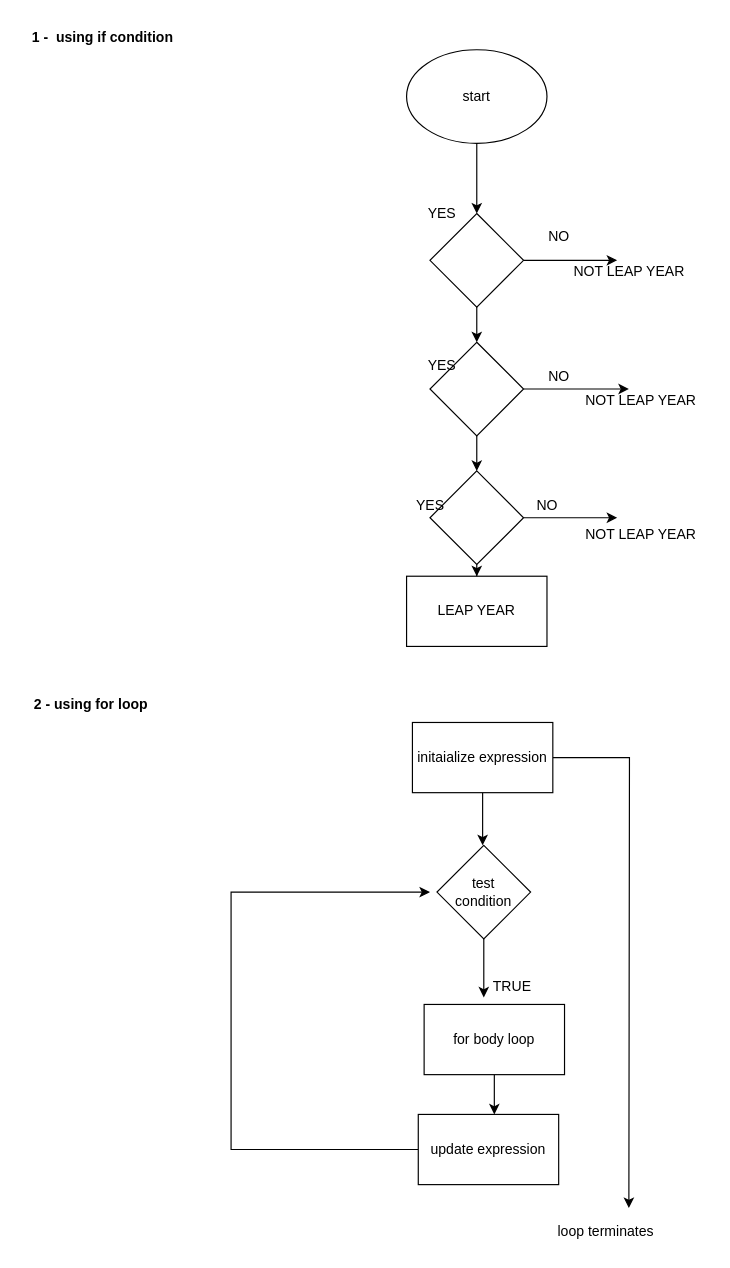
Earlier version of the draw.io diagram diagram/leap_year.drawio (Manantop123/mananjava9am). Source tidied: cells renumbered, new cells numbered last; positions are measured from the earlier drawing's top-left corner, leaving out a move shared by most shapes. Both pictures are drawn from the tidied source at 117%, with x=0, y=0 at pixel (20, 20).
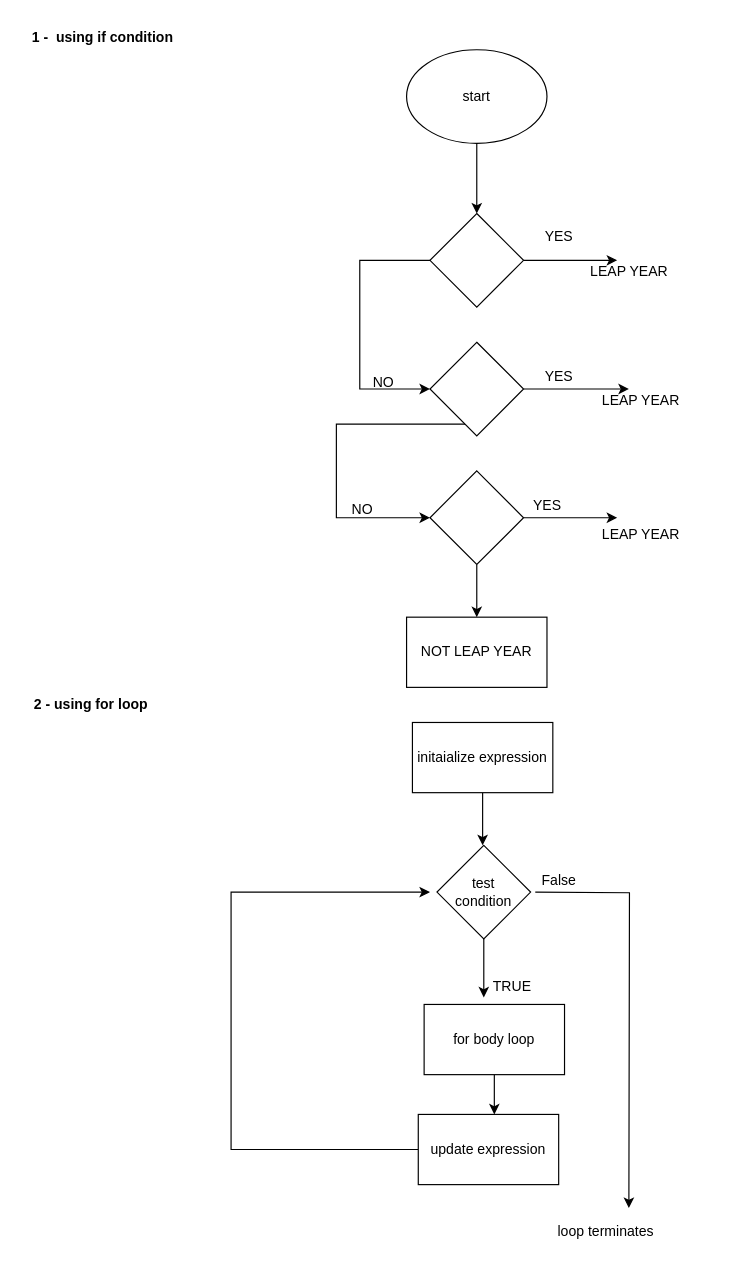
After the change.

Unchanged cells that the change refers to:
```xml
<mxCell id="6" style="rhombus;whiteSpace=wrap;html=1;" parent="1" vertex="1">
  <mxGeometry x="350" y="165" width="80" height="80" as="geometry" />
</mxCell>
<mxCell id="9" style="rhombus;whiteSpace=wrap;html=1;" parent="1" vertex="1">
  <mxGeometry x="350" y="385" width="80" height="80" as="geometry" />
</mxCell>
<mxCell id="12" style="rhombus;whiteSpace=wrap;html=1;" parent="1" vertex="1">
  <mxGeometry x="350" y="275" width="80" height="80" as="geometry" />
</mxCell>
<mxCell id="27" value="initaialize expression" style="rounded=0;whiteSpace=wrap;html=1;" parent="1" vertex="1">
  <mxGeometry x="335" y="600" width="120" height="60" as="geometry" />
</mxCell>
```

The edit, as a diff of the source:
```diff
@@
+    <mxCell id="5" style="edgeStyle=orthogonalEdgeStyle;rounded=0;jettySize=auto;html=1;" parent="1" edge="1" source="6">
+      <mxGeometry relative="1" as="geometry">
+        <mxPoint x="510" y="205" as="targetPoint" />
+      </mxGeometry>
+    </mxCell>
-    <mxCell id="4" style="edgeStyle=orthogonalEdgeStyle;rounded=0;jettySize=auto;html=1;" parent="1" edge="1" source="6" target="12">
-      <mxGeometry relative="1" as="geometry" />
+    <mxCell id="4" style="edgeStyle=orthogonalEdgeStyle;rounded=0;jettySize=auto;html=1;entryX=0;entryY=0.5;entryDx=0;entryDy=0;" parent="1" edge="1" source="6" target="12">
+      <mxGeometry relative="1" as="geometry">
+        <Array as="points">
+          <mxPoint x="290" y="205" />
+          <mxPoint x="290" y="315" />
+        </Array>
+      </mxGeometry>
     </mxCell>
-    <mxCell id="5" style="edgeStyle=orthogonalEdgeStyle;rounded=0;jettySize=auto;html=1;" parent="1" edge="1" source="6">
-      <mxGeometry relative="1" as="geometry">
-        <mxPoint x="510" y="205" as="targetPoint" />
-      </mxGeometry>
-    </mxCell>
@@
+    <mxCell id="11" style="edgeStyle=orthogonalEdgeStyle;rounded=0;jettySize=auto;html=1;" parent="1" edge="1" source="12">
+      <mxGeometry relative="1" as="geometry">
+        <mxPoint x="520" y="315" as="targetPoint" />
+      </mxGeometry>
+    </mxCell>
-    <mxCell id="10" style="edgeStyle=orthogonalEdgeStyle;rounded=0;jettySize=auto;html=1;" parent="1" edge="1" source="12" target="9">
-      <mxGeometry relative="1" as="geometry" />
+    <mxCell id="10" style="edgeStyle=orthogonalEdgeStyle;rounded=0;jettySize=auto;html=1;entryX=0;entryY=0.5;entryDx=0;entryDy=0;" parent="1" edge="1" source="12" target="9">
+      <mxGeometry relative="1" as="geometry">
+        <Array as="points">
+          <mxPoint x="270" y="345" />
+          <mxPoint x="270" y="425" />
+        </Array>
+      </mxGeometry>
     </mxCell>
-    <mxCell id="11" style="edgeStyle=orthogonalEdgeStyle;rounded=0;jettySize=auto;html=1;" parent="1" edge="1" source="12">
-      <mxGeometry relative="1" as="geometry">
-        <mxPoint x="520" y="315" as="targetPoint" />
-      </mxGeometry>
-    </mxCell>
@@
-    <mxCell id="13" value="YES" style="text;html=1;align=center;verticalAlign=middle;strokeColor=none;fillColor=none;" parent="1" vertex="1">
-      <mxGeometry x="335" y="150" width="50" height="30" as="geometry" />
-    </mxCell>
-    <mxCell id="14" value="YES" style="text;html=1;align=center;verticalAlign=middle;strokeColor=none;fillColor=none;" parent="1" vertex="1">
-      <mxGeometry x="335" y="280" width="50" height="30" as="geometry" />
-    </mxCell>
-    <mxCell id="15" value="YES" style="text;html=1;align=center;verticalAlign=middle;strokeColor=none;fillColor=none;" parent="1" vertex="1">
-      <mxGeometry x="325" y="400" width="50" height="30" as="geometry" />
-    </mxCell>
-    <mxCell id="16" value="NO" style="text;html=1;align=center;verticalAlign=middle;strokeColor=none;fillColor=none;" parent="1" vertex="1">
-      <mxGeometry x="440" y="170" width="40" height="30" as="geometry" />
+    <mxCell id="16" value="YES" style="text;html=1;align=center;verticalAlign=middle;strokeColor=none;fillColor=none;" parent="1" vertex="1">
+      <mxGeometry x="435" y="170" width="50" height="30" as="geometry" />
     </mxCell>
-    <mxCell id="17" value="NOT LEAP YEAR" style="text;html=1;align=center;verticalAlign=middle;strokeColor=none;fillColor=none;" parent="1" vertex="1">
-      <mxGeometry x="460" y="200" width="120" height="30" as="geometry" />
+    <mxCell id="17" value="LEAP YEAR" style="text;html=1;align=center;verticalAlign=middle;strokeColor=none;fillColor=none;" parent="1" vertex="1">
+      <mxGeometry x="475" y="200" width="90" height="30" as="geometry" />
     </mxCell>
-    <mxCell id="18" value="NO" style="text;html=1;align=center;verticalAlign=middle;strokeColor=none;fillColor=none;" parent="1" vertex="1">
-      <mxGeometry x="440" y="290" width="40" height="30" as="geometry" />
+    <mxCell id="18" value="YES" style="text;html=1;align=center;verticalAlign=middle;strokeColor=none;fillColor=none;" parent="1" vertex="1">
+      <mxGeometry x="435" y="290" width="50" height="30" as="geometry" />
     </mxCell>
-    <mxCell id="19" value="NOT LEAP YEAR" style="text;html=1;align=center;verticalAlign=middle;strokeColor=none;fillColor=none;" parent="1" vertex="1">
-      <mxGeometry x="470" y="310" width="120" height="30" as="geometry" />
+    <mxCell id="19" value="LEAP YEAR" style="text;html=1;align=center;verticalAlign=middle;strokeColor=none;fillColor=none;" parent="1" vertex="1">
+      <mxGeometry x="485" y="310" width="90" height="30" as="geometry" />
     </mxCell>
-    <mxCell id="20" value="NO" style="text;html=1;align=center;verticalAlign=middle;strokeColor=none;fillColor=none;" parent="1" vertex="1">
-      <mxGeometry x="430" y="400" width="40" height="30" as="geometry" />
+    <mxCell id="20" value="YES" style="text;html=1;align=center;verticalAlign=middle;strokeColor=none;fillColor=none;" parent="1" vertex="1">
+      <mxGeometry x="425" y="400" width="50" height="30" as="geometry" />
     </mxCell>
-    <mxCell id="21" value="NOT LEAP YEAR" style="text;html=1;align=center;verticalAlign=middle;strokeColor=none;fillColor=none;" parent="1" vertex="1">
-      <mxGeometry x="470" y="425" width="120" height="30" as="geometry" />
+    <mxCell id="21" value="LEAP YEAR" style="text;html=1;align=center;verticalAlign=middle;strokeColor=none;fillColor=none;" parent="1" vertex="1">
+      <mxGeometry x="485" y="425" width="90" height="30" as="geometry" />
     </mxCell>
-    <mxCell id="22" value="LEAP YEAR" style="rounded=0;whiteSpace=wrap;html=1;" parent="1" vertex="1">
-      <mxGeometry x="330" y="475" width="120" height="60" as="geometry" />
+    <mxCell id="22" value="NOT LEAP YEAR" style="rounded=0;whiteSpace=wrap;html=1;" parent="1" vertex="1">
+      <mxGeometry x="330" y="510" width="120" height="60" as="geometry" />
     </mxCell>
@@
-    <mxCell id="26" style="edgeStyle=orthogonalEdgeStyle;rounded=0;jettySize=auto;html=1;" parent="1" edge="1" source="27">
+    <mxCell id="26" style="edgeStyle=orthogonalEdgeStyle;rounded=0;orthogonalLoop=1;jettySize=auto;html=1;" parent="1" edge="1">
       <mxGeometry relative="1" as="geometry">
+        <mxPoint x="440" y="745" as="sourcePoint" />
         <mxPoint x="520" y="1015" as="targetPoint" />
       </mxGeometry>
     </mxCell>
@@
+    <mxCell id="36" value="False" style="text;html=1;align=center;verticalAlign=middle;strokeColor=none;fillColor=none;" parent="1" vertex="1">
+      <mxGeometry x="435" y="720" width="50" height="30" as="geometry" />
+    </mxCell>
+    <mxCell id="37" value="NO" style="text;html=1;align=center;verticalAlign=middle;strokeColor=none;fillColor=none;" parent="1" vertex="1">
+      <mxGeometry x="290" y="295" width="40" height="30" as="geometry" />
+    </mxCell>
+    <mxCell id="38" value="NO" style="text;html=1;align=center;verticalAlign=middle;strokeColor=none;fillColor=none;" parent="1" vertex="1">
+      <mxGeometry x="272" y="403" width="40" height="30" as="geometry" />
+    </mxCell>
```
